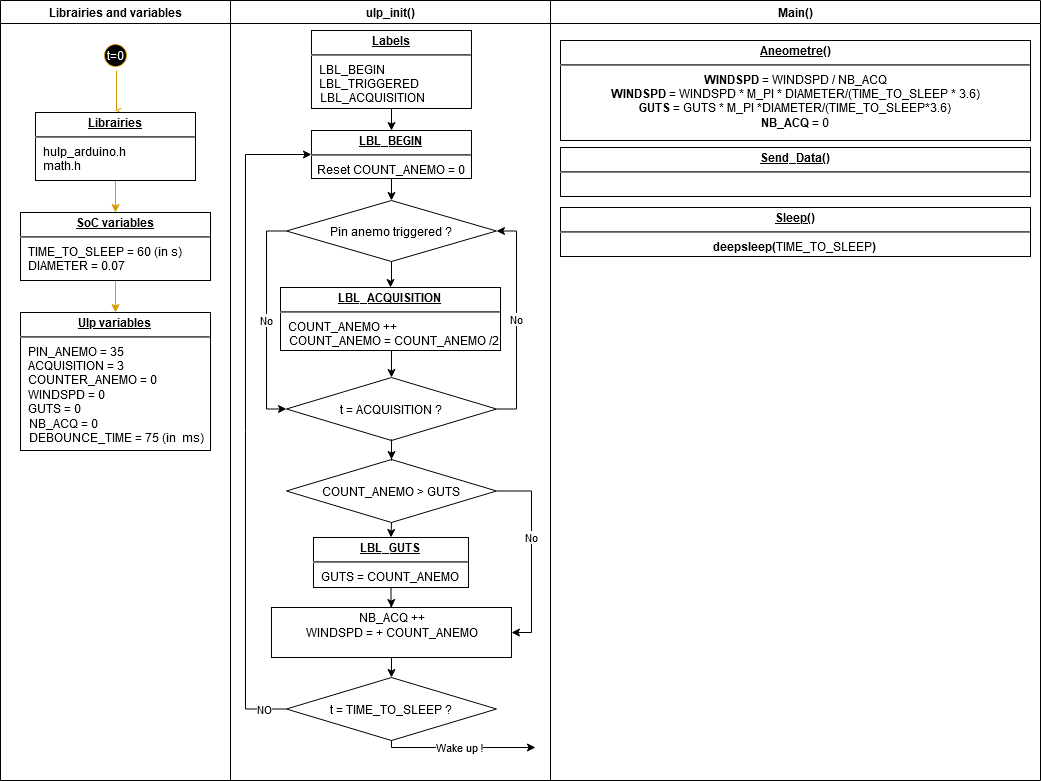
Before: Anemometer_Diagram.png, a diagram exported from draw.io (laguill/Rain-gauge-ulp-esp32). Source tidied: cells renumbered, new cells last; positions are measured from the earlier drawing's top-left corner, leaving out a move shared by most shapes.
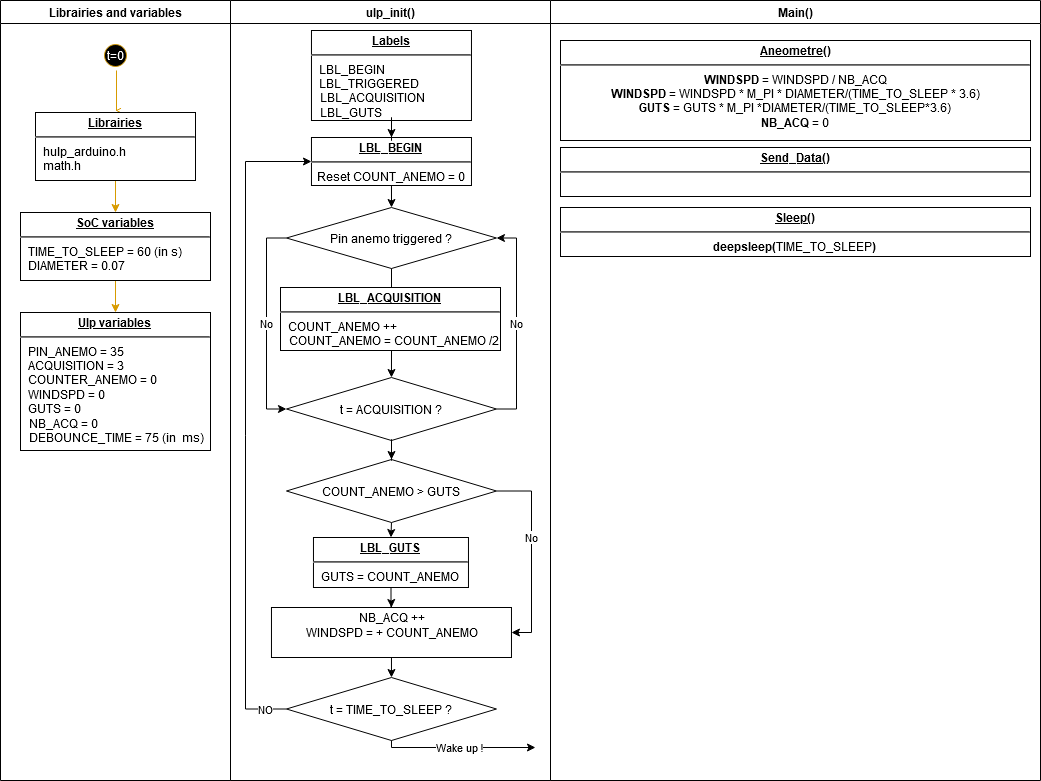
The same diagram one commit later.

Diff of the diagram source:
```diff
@@ -31,11 +31,11 @@
     <mxCell id="10" value="ulp_init()" style="swimlane;whiteSpace=wrap;" parent="1" vertex="1">
       <mxGeometry x="230" width="320" height="780" as="geometry" />
     </mxCell>
-    <mxCell id="11" value="&lt;p style=&quot;margin: 0px ; margin-top: 4px ; text-align: center ; text-decoration: underline&quot;&gt;&lt;b&gt;Labels&lt;/b&gt;&lt;br&gt;&lt;/p&gt;&lt;hr&gt;&lt;p style=&quot;margin: 0px ; margin-left: 8px&quot;&gt;LBL_BEGIN&lt;/p&gt;&lt;p style=&quot;margin: 0px ; margin-left: 8px&quot;&gt;LBL_TRIGGERED&lt;br&gt;&lt;/p&gt;&amp;nbsp;&amp;nbsp; LBL_ACQUISITION" style="verticalAlign=top;align=left;overflow=fill;fontSize=12;fontFamily=Helvetica;html=1;" parent="10" vertex="1">
-      <mxGeometry x="81" y="30" width="160" height="78" as="geometry" />
+    <mxCell id="11" value="&lt;p style=&quot;margin: 0px ; margin-top: 4px ; text-align: center ; text-decoration: underline&quot;&gt;&lt;b&gt;Labels&lt;/b&gt;&lt;br&gt;&lt;/p&gt;&lt;hr&gt;&lt;p style=&quot;margin: 0px ; margin-left: 8px&quot;&gt;LBL_BEGIN&lt;/p&gt;&lt;p style=&quot;margin: 0px ; margin-left: 8px&quot;&gt;LBL_TRIGGERED&lt;br&gt;&lt;/p&gt;&lt;div&gt;&amp;nbsp;&amp;nbsp; LBL_ACQUISITION&lt;/div&gt;&lt;div align=&quot;left&quot;&gt;&amp;nbsp;&amp;nbsp; LBL_GUTS&lt;br&gt;&lt;/div&gt;" style="verticalAlign=top;align=left;overflow=fill;fontSize=12;fontFamily=Helvetica;html=1;" parent="10" vertex="1">
+      <mxGeometry x="81" y="30" width="160" height="90" as="geometry" />
     </mxCell>
     <mxCell id="12" value="&lt;p style=&quot;margin: 0px ; margin-top: 4px ; text-align: center ; text-decoration: underline&quot;&gt;&lt;b&gt;LBL_BEGIN&lt;/b&gt;&lt;br&gt;&lt;/p&gt;&lt;hr&gt;&lt;div align=&quot;center&quot;&gt;Reset COUNT_ANEMO = 0&lt;/div&gt;" style="verticalAlign=top;align=left;overflow=fill;fontSize=12;fontFamily=Helvetica;html=1;" parent="10" vertex="1">
-      <mxGeometry x="81" y="130" width="160" height="48" as="geometry" />
+      <mxGeometry x="81" y="137" width="160" height="48" as="geometry" />
     </mxCell>
     <mxCell id="13" style="edgeStyle=orthogonalEdgeStyle;rounded=0;jettySize=auto;html=1;" parent="10" edge="1" source="11" target="12">
       <mxGeometry relative="1" as="geometry" />
@@ -44,7 +44,7 @@
       <mxGeometry relative="1" as="geometry" />
     </mxCell>
     <mxCell id="15" value="Pin anemo triggered ?" style="rhombus;whiteSpace=wrap;html=1;align=center;verticalAlign=middle;" parent="10" vertex="1">
-      <mxGeometry x="56" y="200" width="210" height="61" as="geometry" />
+      <mxGeometry x="56" y="207" width="210" height="61" as="geometry" />
     </mxCell>
     <mxCell id="16" style="edgeStyle=orthogonalEdgeStyle;rounded=0;jettySize=auto;html=1;exitX=0.5;exitY=1;exitDx=0;exitDy=0;" parent="10" edge="1" source="12" target="15">
       <mxGeometry relative="1" as="geometry" />
@@ -95,7 +95,7 @@
       <mxGeometry x="-0.93" relative="1" as="geometry">
         <Array as="points">
           <mxPoint x="15" y="709" />
-          <mxPoint x="15" y="154" />
+          <mxPoint x="15" y="161" />
         </Array>
       </mxGeometry>
     </mxCell>
```
